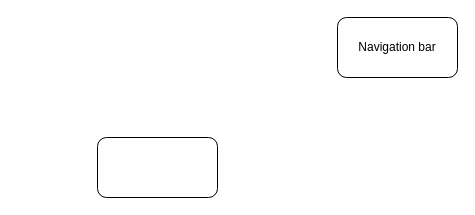
The draw.io diagram Untitled Diagram.drawio in owenlim225/CCS-webdev-2024, before the edit. Source tidied: cells renumbered, new cells numbered last; positions are measured from the earlier drawing's top-left corner, leaving out a move shared by most shapes. Both pictures are drawn from the tidied source at 100%, with x=0, y=0 at pixel (97, 17).
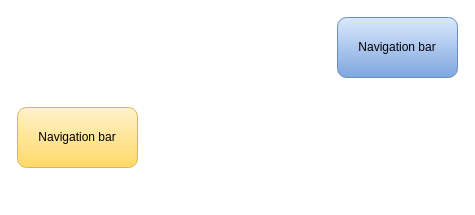
The same page after the edit.

Change to the diagram source:
```diff
@@
 <mxGraphModel>
   <root>
     <mxCell id="0" />
     <mxCell id="1" parent="0" />
-    <mxCell id="2" value="Navigation bar" style="rounded=1;whiteSpace=wrap;html=1;" parent="1" vertex="1">
+    <mxCell id="2" value="Navigation bar" style="rounded=1;whiteSpace=wrap;html=1;fillColor=#dae8fc;strokeColor=#6c8ebf;gradientColor=#7ea6e0;" parent="1" vertex="1">
       <mxGeometry x="240" width="120" height="60" as="geometry" />
     </mxCell>
-    <mxCell id="3" style="rounded=1;whiteSpace=wrap;html=1;" parent="1" vertex="1">
-      <mxGeometry y="120" width="120" height="60" as="geometry" />
-    </mxCell>
+    <mxCell id="4" value="Navigation bar" style="rounded=1;whiteSpace=wrap;html=1;fillColor=#fff2cc;strokeColor=#d6b656;gradientColor=#ffd966;" parent="1" vertex="1">
+      <mxGeometry x="-80" y="90" width="120" height="60" as="geometry" />
+    </mxCell>
   </root>
 </mxGraphModel>
```
